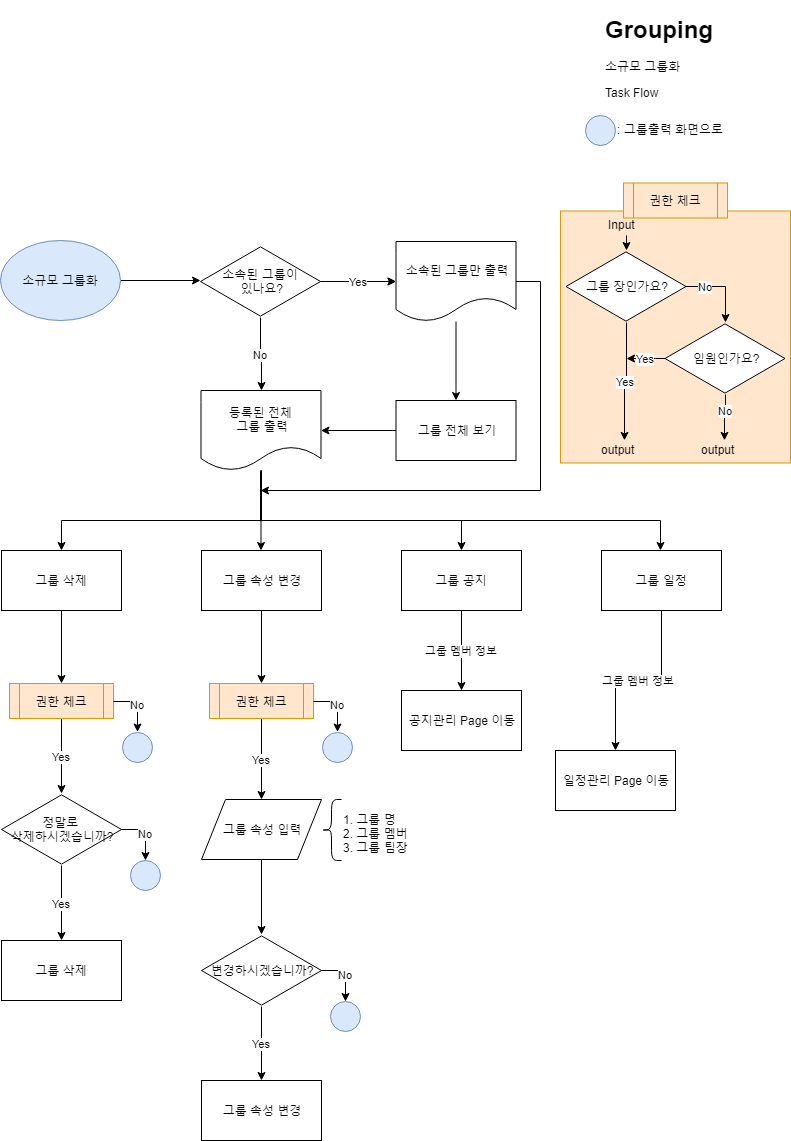
ehwlfk2/Target_club keeps this draw.io diagram as 04_taskflow/소규모 그룹화.png. Above is the earlier version. Source tidied: cells renumbered, new cells last; positions are measured from the earlier drawing's top-left corner, leaving out a move shared by most shapes.
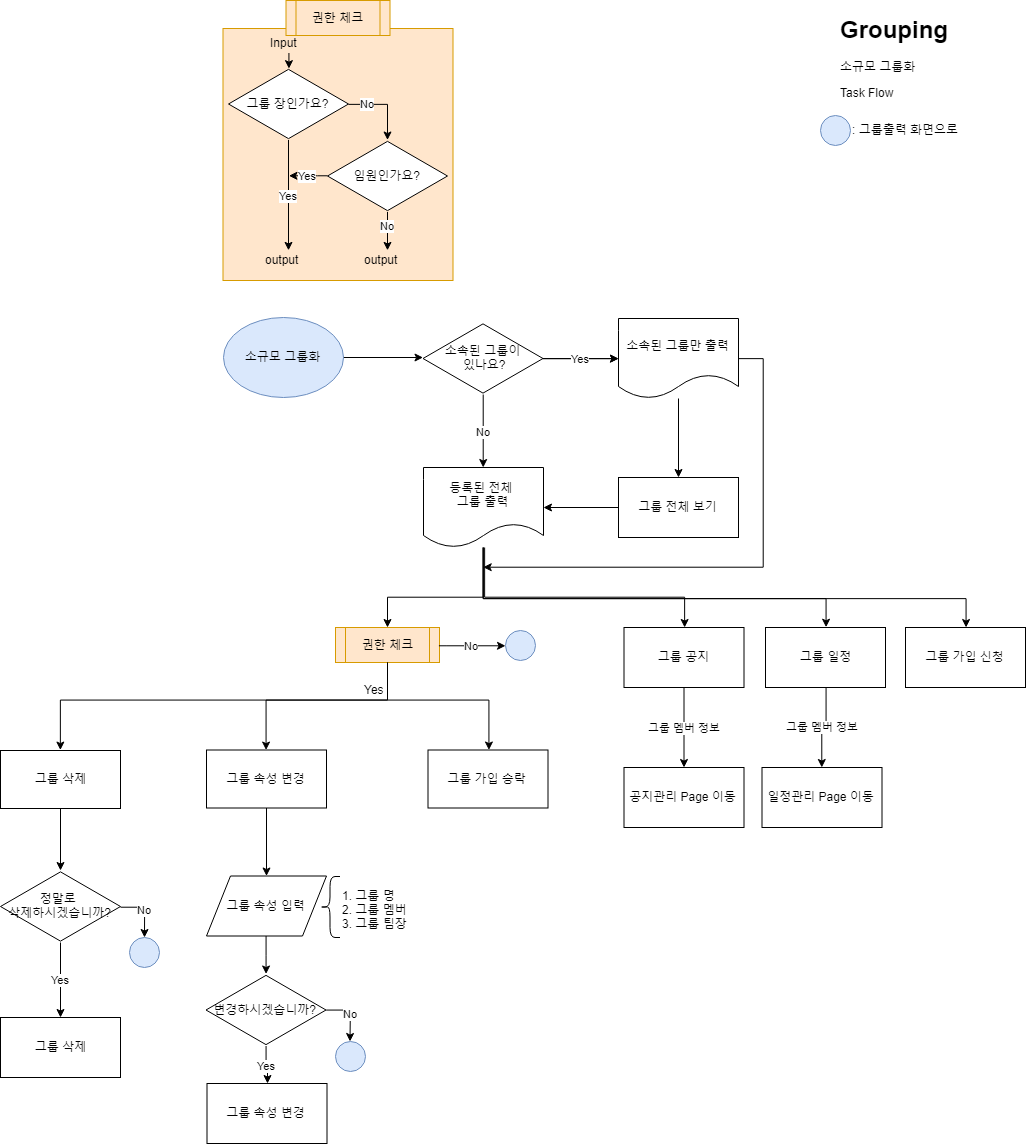
The same file after the commit.

The edit, as a diff of the source:
```diff
@@ -4,11 +4,11 @@
     <mxCell id="1" parent="0" />
     <mxCell id="2" style="edgeStyle=orthogonalEdgeStyle;rounded=0;jettySize=auto;html=1;" parent="1" edge="1" source="3">
       <mxGeometry relative="1" as="geometry">
-        <mxPoint x="200" y="270" as="targetPoint" />
+        <mxPoint x="187.5" y="347" as="targetPoint" />
       </mxGeometry>
     </mxCell>
     <mxCell id="3" value="소규모 그룹화" style="ellipse;whiteSpace=wrap;html=1;fillColor=#dae8fc;strokeColor=#6c8ebf;" parent="1" vertex="1">
-      <mxGeometry y="230" width="120" height="80" as="geometry" />
+      <mxGeometry x="-12.5" y="307" width="120" height="80" as="geometry" />
     </mxCell>
     <mxCell id="4" value="&lt;h1&gt;Grouping&lt;/h1&gt;&lt;p&gt;소규모 그룹화&lt;/p&gt;&lt;p&gt;Task Flow&lt;/p&gt;" style="text;html=1;strokeColor=none;fillColor=none;spacing=5;spacingTop=-20;whiteSpace=wrap;overflow=hidden;rounded=0;" parent="1" vertex="1">
       <mxGeometry x="600" width="190" height="120" as="geometry" />
@@ -23,71 +23,60 @@
       <mxGeometry relative="1" as="geometry" />
     </mxCell>
     <mxCell id="8" value="소속된 그룹이&lt;br&gt;&amp;nbsp;있나요?" style="html=1;whiteSpace=wrap;shape=isoRectangle;" parent="1" vertex="1">
-      <mxGeometry x="200" y="235" width="120" height="72" as="geometry" />
+      <mxGeometry x="187.5" y="312" width="120" height="72" as="geometry" />
     </mxCell>
     <mxCell id="9" style="edgeStyle=orthogonalEdgeStyle;rounded=0;jettySize=auto;html=1;" parent="1" edge="1" source="10" target="12">
       <mxGeometry relative="1" as="geometry" />
     </mxCell>
     <mxCell id="10" value="그룹 전체 보기" style="rounded=0;whiteSpace=wrap;html=1;" parent="1" vertex="1">
-      <mxGeometry x="395.5" y="390" width="120" height="60" as="geometry" />
+      <mxGeometry x="383" y="467" width="120" height="60" as="geometry" />
     </mxCell>
-    <mxCell id="11" style="edgeStyle=orthogonalEdgeStyle;rounded=0;jettySize=auto;html=1;" parent="1" edge="1" source="12">
-      <mxGeometry relative="1" as="geometry">
-        <mxPoint x="260.5" y="540" as="targetPoint" />
-      </mxGeometry>
-    </mxCell>
     <mxCell id="12" value="등록된 전체 &lt;br&gt;그룹 출력" style="shape=document;whiteSpace=wrap;html=1;boundedLbl=1;" parent="1" vertex="1">
-      <mxGeometry x="200.5" y="380" width="120" height="80" as="geometry" />
+      <mxGeometry x="188" y="457" width="120" height="80" as="geometry" />
     </mxCell>
     <mxCell id="13" style="edgeStyle=orthogonalEdgeStyle;rounded=0;jettySize=auto;html=1;" parent="1" edge="1" source="15" target="10">
       <mxGeometry relative="1" as="geometry" />
     </mxCell>
     <mxCell id="14" style="edgeStyle=orthogonalEdgeStyle;rounded=0;jettySize=auto;html=1;" parent="1" edge="1" source="15">
       <mxGeometry relative="1" as="geometry">
-        <mxPoint x="260" y="480" as="targetPoint" />
+        <mxPoint x="247.5" y="557" as="targetPoint" />
         <Array as="points">
-          <mxPoint x="540" y="271" />
-          <mxPoint x="540" y="480" />
+          <mxPoint x="527.5" y="348" />
+          <mxPoint x="527.5" y="557" />
         </Array>
       </mxGeometry>
     </mxCell>
     <mxCell id="15" value="소속된 그룹만 출력" style="shape=document;whiteSpace=wrap;html=1;boundedLbl=1;" parent="1" vertex="1">
-      <mxGeometry x="395.5" y="231" width="120" height="80" as="geometry" />
+      <mxGeometry x="383" y="308" width="120" height="80" as="geometry" />
     </mxCell>
-    <mxCell id="16" style="edgeStyle=orthogonalEdgeStyle;rounded=0;jettySize=auto;html=1;" parent="1" edge="1" source="17" target="51">
-      <mxGeometry relative="1" as="geometry" />
-    </mxCell>
-    <mxCell id="17" value="그룹 속성 변경" style="rounded=0;whiteSpace=wrap;html=1;" parent="1" vertex="1">
-      <mxGeometry x="201" y="540" width="120" height="60" as="geometry" />
-    </mxCell>
     <mxCell id="18" value="그룹 멤버 정보" style="edgeStyle=orthogonalEdgeStyle;rounded=0;jettySize=auto;html=1;" parent="1" edge="1" source="19" target="20">
       <mxGeometry relative="1" as="geometry" />
     </mxCell>
     <mxCell id="19" value="그룹 공지" style="rounded=0;whiteSpace=wrap;html=1;" parent="1" vertex="1">
-      <mxGeometry x="401" y="540" width="120" height="60" as="geometry" />
+      <mxGeometry x="388.5" y="617" width="120" height="60" as="geometry" />
     </mxCell>
     <mxCell id="20" value="공지관리 Page 이동" style="rounded=0;whiteSpace=wrap;html=1;" parent="1" vertex="1">
-      <mxGeometry x="401" y="680" width="120" height="60" as="geometry" />
+      <mxGeometry x="388.5" y="757" width="120" height="60" as="geometry" />
     </mxCell>
-    <mxCell id="21" style="edgeStyle=orthogonalEdgeStyle;rounded=0;jettySize=auto;html=1;" parent="1" edge="1" source="22" target="29">
-      <mxGeometry relative="1" as="geometry" />
-    </mxCell>
+    <mxCell id="69" style="edgeStyle=orthogonalEdgeStyle;rounded=0;jettySize=auto;html=1;" parent="1" edge="1" source="22" target="47">
+      <mxGeometry relative="1" as="geometry" />
+    </mxCell>
     <mxCell id="22" value="그룹 삭제" style="rounded=0;whiteSpace=wrap;html=1;" parent="1" vertex="1">
-      <mxGeometry x="1" y="540" width="120" height="60" as="geometry" />
+      <mxGeometry x="-235" y="740" width="120" height="58" as="geometry" />
     </mxCell>
-    <mxCell id="23" style="edgeStyle=orthogonalEdgeStyle;rounded=0;jettySize=auto;html=1;" parent="1" edge="1" source="12" target="22">
+    <mxCell id="23" style="edgeStyle=orthogonalEdgeStyle;rounded=0;jettySize=auto;html=1;" parent="1" edge="1" source="12" target="51">
       <mxGeometry relative="1" as="geometry">
         <Array as="points">
-          <mxPoint x="261" y="510" />
-          <mxPoint x="61" y="510" />
+          <mxPoint x="248" y="587" />
+          <mxPoint x="152" y="587" />
         </Array>
       </mxGeometry>
     </mxCell>
     <mxCell id="24" style="edgeStyle=orthogonalEdgeStyle;rounded=0;jettySize=auto;html=1;" parent="1" edge="1" source="12" target="19">
       <mxGeometry relative="1" as="geometry">
         <Array as="points">
-          <mxPoint x="261" y="510" />
-          <mxPoint x="461" y="510" />
+          <mxPoint x="248.5" y="587" />
+          <mxPoint x="448.5" y="587" />
         </Array>
       </mxGeometry>
     </mxCell>
@@ -100,14 +89,8 @@
     <mxCell id="27" value=": 그룹출력 화면으로" style="text;html=1;align=left;verticalAlign=top;spacingTop=-4;" parent="25" vertex="1">
       <mxGeometry x="30" y="5" width="120" height="20" as="geometry" />
     </mxCell>
-    <mxCell id="28" value="Yes" style="edgeStyle=orthogonalEdgeStyle;rounded=0;jettySize=auto;html=1;" parent="1" edge="1" source="29" target="47">
-      <mxGeometry relative="1" as="geometry" />
-    </mxCell>
-    <mxCell id="29" value="권한 체크" style="shape=process;whiteSpace=wrap;html=1;backgroundOutline=1;fillColor=#ffe6cc;strokeColor=#d79b00;" parent="1" vertex="1">
-      <mxGeometry x="9" y="673" width="104" height="35" as="geometry" />
-    </mxCell>
     <mxCell id="30" style="group;" parent="1" vertex="1">
-      <mxGeometry x="560" y="172.5" width="230" height="330" as="geometry" />
+      <mxGeometry x="-12.5" y="-10" width="230" height="330" as="geometry" />
     </mxCell>
     <mxCell id="31" style="group;" parent="30" vertex="1">
       <mxGeometry width="230" height="330" as="geometry" />
@@ -161,10 +144,10 @@
       <mxGeometry width="40" height="20" as="geometry" />
     </mxCell>
     <mxCell id="43" value="output" style="text;html=1;points=[];align=left;verticalAlign=top;spacingTop=-4;" parent="31" vertex="1">
-      <mxGeometry x="39" y="257.4" width="50" height="20" as="geometry" />
+      <mxGeometry x="40.5" y="249.9" width="50" height="20" as="geometry" />
     </mxCell>
     <mxCell id="44" value="output" style="text;html=1;points=[];align=left;verticalAlign=top;spacingTop=-4;" parent="31" vertex="1">
-      <mxGeometry x="139" y="257.4" width="50" height="20" as="geometry" />
+      <mxGeometry x="139.5" y="249.9" width="50" height="20" as="geometry" />
     </mxCell>
     <mxCell id="45" value="Yes" style="edgeStyle=orthogonalEdgeStyle;rounded=0;jettySize=auto;html=1;" parent="1" edge="1" source="47" target="48">
       <mxGeometry relative="1" as="geometry" />
@@ -172,62 +155,67 @@
     <mxCell id="46" value="No" style="edgeStyle=orthogonalEdgeStyle;rounded=0;jettySize=auto;html=1;" parent="1" edge="1" source="47" target="49">
       <mxGeometry relative="1" as="geometry">
         <Array as="points">
-          <mxPoint x="145" y="819" />
+          <mxPoint x="-91" y="896" />
         </Array>
       </mxGeometry>
     </mxCell>
     <mxCell id="47" value="정말로 &lt;br&gt;삭제하시겠습니까?" style="html=1;whiteSpace=wrap;shape=isoRectangle;" parent="1" vertex="1">
-      <mxGeometry x="1" y="783" width="120" height="72" as="geometry" />
+      <mxGeometry x="-235" y="860" width="120" height="72" as="geometry" />
     </mxCell>
     <mxCell id="48" value="그룹 삭제" style="rounded=0;whiteSpace=wrap;html=1;" parent="1" vertex="1">
-      <mxGeometry x="1" y="930" width="120" height="60" as="geometry" />
+      <mxGeometry x="-235" y="1007" width="120" height="60" as="geometry" />
     </mxCell>
     <mxCell id="49" style="ellipse;whiteSpace=wrap;html=1;fillColor=#dae8fc;strokeColor=#6c8ebf;" parent="1" vertex="1">
-      <mxGeometry x="130" y="850" width="30" height="30" as="geometry" />
+      <mxGeometry x="-106" y="927" width="30" height="30" as="geometry" />
     </mxCell>
-    <mxCell id="50" value="Yes" style="edgeStyle=orthogonalEdgeStyle;rounded=0;jettySize=auto;html=1;" parent="1" edge="1" source="51" target="53">
-      <mxGeometry relative="1" as="geometry" />
-    </mxCell>
+    <mxCell id="70" style="edgeStyle=orthogonalEdgeStyle;rounded=0;jettySize=auto;html=1;" parent="1" edge="1" source="51" target="17">
+      <mxGeometry relative="1" as="geometry">
+        <Array as="points">
+          <mxPoint x="152" y="690" />
+          <mxPoint x="31" y="690" />
+        </Array>
+      </mxGeometry>
+    </mxCell>
     <mxCell id="51" value="권한 체크" style="shape=process;whiteSpace=wrap;html=1;backgroundOutline=1;fillColor=#ffe6cc;strokeColor=#d79b00;" parent="1" vertex="1">
-      <mxGeometry x="209" y="673" width="104" height="35" as="geometry" />
+      <mxGeometry x="100" y="617" width="104" height="35" as="geometry" />
     </mxCell>
     <mxCell id="52" style="edgeStyle=orthogonalEdgeStyle;rounded=0;jettySize=auto;html=1;" parent="1" edge="1" source="53" target="57">
       <mxGeometry relative="1" as="geometry" />
     </mxCell>
     <mxCell id="53" value="그룹 속성 입력" style="shape=parallelogram;perimeter=parallelogramPerimeter;whiteSpace=wrap;html=1;" parent="1" vertex="1">
-      <mxGeometry x="201" y="789" width="120" height="60" as="geometry" />
+      <mxGeometry x="-29" y="865.5" width="120" height="60" as="geometry" />
     </mxCell>
     <mxCell id="54" style="shape=curlyBracket;whiteSpace=wrap;html=1;rounded=1;" parent="1" vertex="1">
-      <mxGeometry x="321" y="789" width="20" height="61" as="geometry" />
+      <mxGeometry x="84.5" y="866" width="20" height="61" as="geometry" />
     </mxCell>
     <mxCell id="55" value="1. 그룹 명&lt;br&gt;2. 그룹 멤버&lt;br&gt;3. 그룹 팀장&lt;br&gt;" style="text;html=1;align=left;verticalAlign=top;spacingTop=-4;" parent="1" vertex="1">
-      <mxGeometry x="341" y="799.5" width="80" height="40" as="geometry" />
+      <mxGeometry x="104.5" y="876.5" width="80" height="40" as="geometry" />
     </mxCell>
     <mxCell id="56" value="Yes" style="edgeStyle=orthogonalEdgeStyle;rounded=0;jettySize=auto;html=1;" parent="1" edge="1" source="57" target="60">
       <mxGeometry relative="1" as="geometry" />
     </mxCell>
     <mxCell id="57" value="변경하시겠습니까?" style="html=1;whiteSpace=wrap;shape=isoRectangle;" parent="1" vertex="1">
-      <mxGeometry x="201" y="924" width="120" height="72" as="geometry" />
+      <mxGeometry x="-29.5" y="963.5" width="120" height="72" as="geometry" />
     </mxCell>
     <mxCell id="58" value="No" style="edgeStyle=orthogonalEdgeStyle;rounded=0;jettySize=auto;html=1;" parent="1" edge="1" target="59">
       <mxGeometry relative="1" as="geometry">
-        <mxPoint x="321" y="960" as="sourcePoint" />
+        <mxPoint x="90.5" y="1000" as="sourcePoint" />
         <Array as="points">
-          <mxPoint x="345" y="960" />
+          <mxPoint x="114.5" y="1000" />
         </Array>
       </mxGeometry>
     </mxCell>
     <mxCell id="59" style="ellipse;whiteSpace=wrap;html=1;fillColor=#dae8fc;strokeColor=#6c8ebf;" parent="1" vertex="1">
-      <mxGeometry x="330" y="991" width="30" height="30" as="geometry" />
+      <mxGeometry x="99.5" y="1031" width="30" height="30" as="geometry" />
     </mxCell>
     <mxCell id="60" value="그룹 속성 변경" style="rounded=0;whiteSpace=wrap;html=1;" parent="1" vertex="1">
-      <mxGeometry x="201" y="1070" width="120" height="60" as="geometry" />
+      <mxGeometry x="-28.5" y="1073" width="120" height="60" as="geometry" />
     </mxCell>
-    <mxCell id="61" style="edgeStyle=orthogonalEdgeStyle;rounded=0;jettySize=auto;html=1;" parent="1" edge="1" source="12" target="63">
+    <mxCell id="61" style="edgeStyle=orthogonalEdgeStyle;rounded=0;jettySize=auto;html=1;entryX=0.5;entryY=0;entryDx=0;entryDy=0;" parent="1" edge="1" source="12" target="63">
       <mxGeometry relative="1" as="geometry">
         <Array as="points">
-          <mxPoint x="260" y="510" />
-          <mxPoint x="660" y="510" />
+          <mxPoint x="247" y="588" />
+          <mxPoint x="590" y="588" />
         </Array>
       </mxGeometry>
     </mxCell>
@@ -235,32 +223,61 @@
       <mxGeometry relative="1" as="geometry" />
     </mxCell>
     <mxCell id="63" value="그룹 일정" style="rounded=0;whiteSpace=wrap;html=1;" parent="1" vertex="1">
-      <mxGeometry x="601" y="540" width="120" height="60" as="geometry" />
+      <mxGeometry x="530" y="617" width="120" height="60" as="geometry" />
     </mxCell>
+    <mxCell id="71" value="그룹 가입 신청" style="rounded=0;whiteSpace=wrap;html=1;" parent="1" vertex="1">
+      <mxGeometry x="670" y="617" width="120" height="60" as="geometry" />
+    </mxCell>
     <mxCell id="64" value="일정관리 Page 이동" style="rounded=0;whiteSpace=wrap;html=1;" parent="1" vertex="1">
-      <mxGeometry x="555" y="740" width="120" height="60" as="geometry" />
+      <mxGeometry x="526.5" y="757" width="120" height="60" as="geometry" />
     </mxCell>
     <mxCell id="65" value="No" style="edgeStyle=orthogonalEdgeStyle;rounded=0;jettySize=auto;html=1;" parent="1" edge="1" target="66">
       <mxGeometry relative="1" as="geometry">
-        <mxPoint x="113" y="690.5" as="sourcePoint" />
+        <mxPoint x="204" y="634.9" as="sourcePoint" />
         <Array as="points">
-          <mxPoint x="137" y="690.5" />
+          <mxPoint x="210" y="635" />
+          <mxPoint x="210" y="635" />
         </Array>
       </mxGeometry>
     </mxCell>
     <mxCell id="66" style="ellipse;whiteSpace=wrap;html=1;fillColor=#dae8fc;strokeColor=#6c8ebf;" parent="1" vertex="1">
-      <mxGeometry x="122" y="721.5" width="30" height="30" as="geometry" />
+      <mxGeometry x="270" y="619.5" width="30" height="30" as="geometry" />
     </mxCell>
-    <mxCell id="67" value="No" style="edgeStyle=orthogonalEdgeStyle;rounded=0;jettySize=auto;html=1;" parent="1" edge="1" target="68">
-      <mxGeometry relative="1" as="geometry">
-        <mxPoint x="313" y="690.5" as="sourcePoint" />
-        <Array as="points">
-          <mxPoint x="337" y="690.5" />
-        </Array>
-      </mxGeometry>
-    </mxCell>
-    <mxCell id="68" style="ellipse;whiteSpace=wrap;html=1;fillColor=#dae8fc;strokeColor=#6c8ebf;" parent="1" vertex="1">
-      <mxGeometry x="322" y="721.5" width="30" height="30" as="geometry" />
-    </mxCell>
+    <mxCell id="72" style="edgeStyle=orthogonalEdgeStyle;rounded=0;jettySize=auto;html=1;entryX=0.5;entryY=0;entryDx=0;entryDy=0;" parent="1" edge="1" source="12" target="71">
+      <mxGeometry relative="1" as="geometry">
+        <Array as="points">
+          <mxPoint x="247" y="588" />
+          <mxPoint x="730" y="588" />
+        </Array>
+      </mxGeometry>
+    </mxCell>
+    <mxCell id="73" value="그룹 가입 승락" style="rounded=0;whiteSpace=wrap;html=1;" parent="1" vertex="1">
+      <mxGeometry x="192.5" y="739.5" width="120" height="58" as="geometry" />
+    </mxCell>
+    <mxCell id="74" style="edgeStyle=orthogonalEdgeStyle;rounded=0;jettySize=auto;html=1;" parent="1" edge="1" source="17" target="53">
+      <mxGeometry relative="1" as="geometry" />
+    </mxCell>
+    <mxCell id="17" value="그룹 속성 변경" style="rounded=0;whiteSpace=wrap;html=1;" parent="1" vertex="1">
+      <mxGeometry x="-29" y="739.5" width="120" height="58" as="geometry" />
+    </mxCell>
+    <mxCell id="75" style="edgeStyle=orthogonalEdgeStyle;rounded=0;jettySize=auto;html=1;" parent="1" edge="1" source="51" target="73">
+      <mxGeometry relative="1" as="geometry">
+        <Array as="points">
+          <mxPoint x="152" y="690" />
+          <mxPoint x="253" y="690" />
+        </Array>
+      </mxGeometry>
+    </mxCell>
+    <mxCell id="76" style="edgeStyle=orthogonalEdgeStyle;rounded=0;jettySize=auto;html=1;entryX=0.5;entryY=0;entryDx=0;entryDy=0;" parent="1" edge="1" source="51" target="22">
+      <mxGeometry relative="1" as="geometry">
+        <Array as="points">
+          <mxPoint x="152" y="690" />
+          <mxPoint x="-175" y="690" />
+        </Array>
+      </mxGeometry>
+    </mxCell>
+    <mxCell id="77" value="Yes" style="text;html=1;align=left;verticalAlign=top;spacingTop=-4;fillColor=none;" parent="1" vertex="1">
+      <mxGeometry x="127" y="670" width="40" height="20" as="geometry" />
+    </mxCell>
   </root>
 </mxGraphModel>
```
